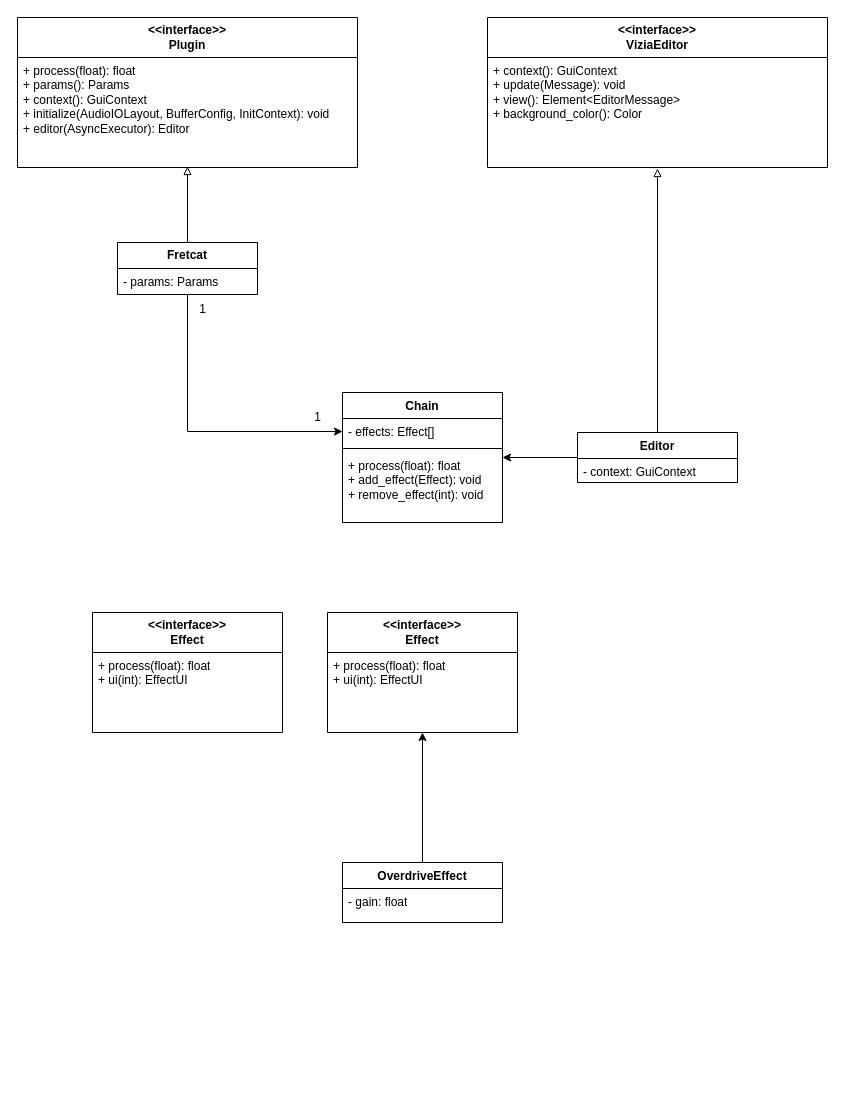
Above: diagrams/Structure/Diagrama de classe.drawio in GatoImorrivel/fretcat (draw.io), before the change. Source tidied: cells renumbered, new cells numbered last; positions are measured from the earlier drawing's top-left corner, leaving out a move shared by most shapes. Both pictures are drawn from the tidied source at 100%, with x=0, y=0 at pixel (17, 17).
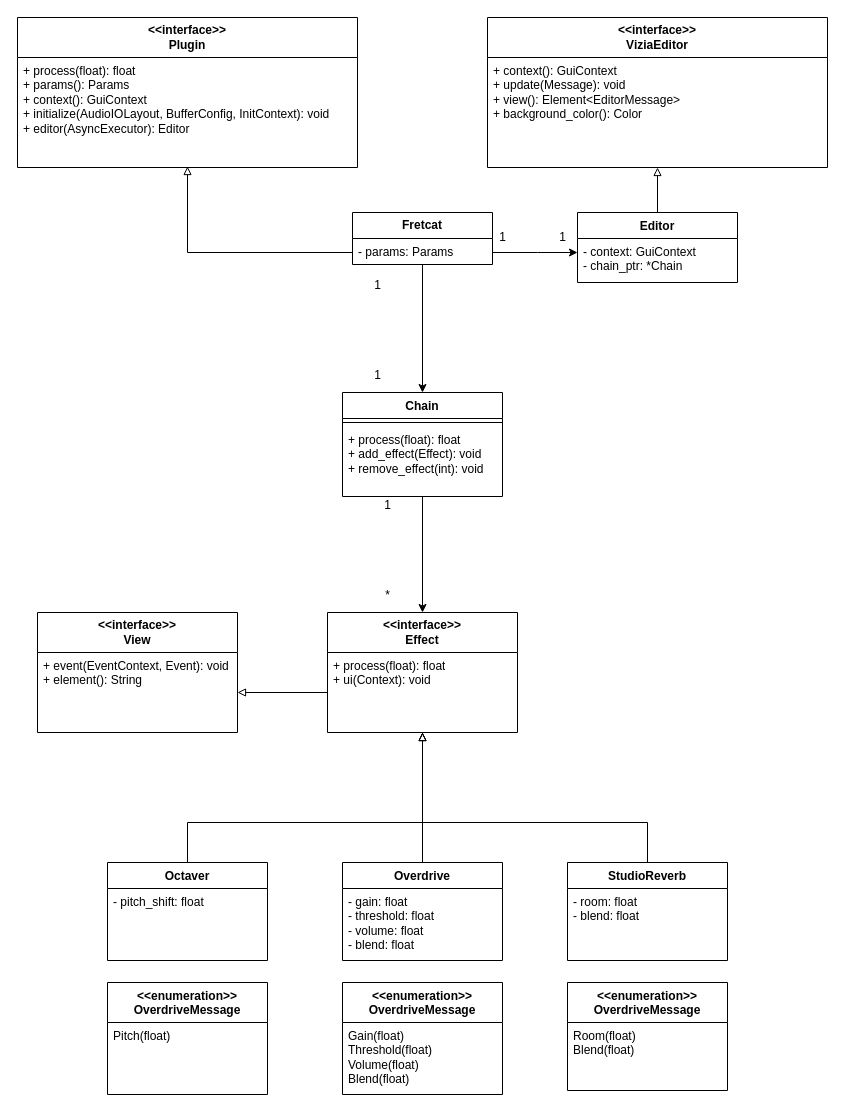
After the change.

Commit message (it also covers changes not shown here):
class diagram

The change refers to these unchanged cells:
```xml
<mxCell id="2" value="&lt;div&gt;&lt;b&gt;&amp;lt;&amp;lt;interface&amp;gt;&amp;gt;&lt;/b&gt;&lt;/div&gt;&lt;div&gt;&lt;b&gt;Effect&lt;br&gt;&lt;/b&gt;&lt;/div&gt;" style="swimlane;fontStyle=0;horizontal=1;startSize=40;fillColor=none;whiteSpace=wrap;html=1;" parent="1" vertex="1">
  <mxGeometry x="310" y="595" width="190" height="120" as="geometry" />
</mxCell>
<mxCell id="5" value="&lt;div&gt;+ process(float): float&lt;/div&gt;&lt;div&gt;+ params(): Params&lt;br&gt;&lt;/div&gt;&lt;div&gt;+ context(): GuiContext&lt;/div&gt;&lt;div&gt;+ initialize(AudioIOLayout, BufferConfig, InitContext): void&lt;br&gt;&lt;/div&gt;&lt;div&gt;+ editor(AsyncExecutor): Editor&lt;br&gt;&lt;/div&gt;" style="text;strokeColor=none;fillColor=none;align=left;verticalAlign=top;spacingLeft=4;spacingRight=4;overflow=hidden;points=[[0,0.5],[1,0.5]];portConstraint=eastwest;whiteSpace=wrap;html=1;" parent="4" vertex="1">
  <mxGeometry y="40" width="340" height="110" as="geometry" />
</mxCell>
<mxCell id="15" value="&lt;div&gt;&lt;b&gt;&amp;lt;&amp;lt;interface&amp;gt;&amp;gt;&lt;/b&gt;&lt;/div&gt;&lt;div&gt;&lt;b&gt;ViziaEditor&lt;br&gt;&lt;/b&gt;&lt;/div&gt;" style="swimlane;fontStyle=0;horizontal=1;startSize=40;fillColor=none;whiteSpace=wrap;html=1;" parent="1" vertex="1">
  <mxGeometry x="470" width="340" height="150" as="geometry" />
</mxCell>
<mxCell id="16" value="&lt;div&gt;+ context(): GuiContext&lt;/div&gt;&lt;div&gt;+ update(Message): void&lt;br&gt;&lt;/div&gt;&lt;div&gt;+ view(): Element&amp;lt;EditorMessage&amp;gt;&lt;br&gt;&lt;/div&gt;&lt;div&gt;+ background_color(): Color&lt;br&gt;&lt;/div&gt;" style="text;strokeColor=none;fillColor=none;align=left;verticalAlign=top;spacingLeft=4;spacingRight=4;overflow=hidden;points=[[0,0.5],[1,0.5]];portConstraint=eastwest;whiteSpace=wrap;html=1;" parent="15" vertex="1">
  <mxGeometry y="40" width="340" height="110" as="geometry" />
</mxCell>
```

Diff of the diagram source:
```diff
@@
-    <mxCell id="3" value="&lt;div&gt;+ process(float): float&lt;/div&gt;&lt;div&gt;+ ui(int): EffectUI&lt;br&gt;&lt;/div&gt;" style="text;strokeColor=none;fillColor=none;align=left;verticalAlign=top;spacingLeft=4;spacingRight=4;overflow=hidden;points=[[0,0.5],[1,0.5]];portConstraint=eastwest;whiteSpace=wrap;html=1;" parent="2" vertex="1">
+    <mxCell id="3" value="&lt;div&gt;+ process(float): float&lt;/div&gt;&lt;div&gt;+ ui(Context): void&lt;br&gt;&lt;/div&gt;" style="text;strokeColor=none;fillColor=none;align=left;verticalAlign=top;spacingLeft=4;spacingRight=4;overflow=hidden;points=[[0,0.5],[1,0.5]];portConstraint=eastwest;whiteSpace=wrap;html=1;" parent="2" vertex="1">
       <mxGeometry y="40" width="190" height="80" as="geometry" />
     </mxCell>
@@
     <mxCell id="6" style="edgeStyle=orthogonalEdgeStyle;rounded=0;jettySize=auto;html=1;entryX=0.5;entryY=0.991;entryDx=0;entryDy=0;entryPerimeter=0;endArrow=block;endFill=0;" parent="1" edge="1" source="8" target="5">
-      <mxGeometry relative="1" as="geometry" />
+      <mxGeometry relative="1" as="geometry">
+        <Array as="points">
+          <mxPoint x="170" y="235" />
+        </Array>
+      </mxGeometry>
     </mxCell>
-    <mxCell id="7" style="edgeStyle=orthogonalEdgeStyle;rounded=0;jettySize=auto;html=1;entryX=0;entryY=0.5;entryDx=0;entryDy=0;" parent="1" edge="1" source="8" target="18">
-      <mxGeometry relative="1" as="geometry" />
-    </mxCell>
+    <mxCell id="29" style="edgeStyle=orthogonalEdgeStyle;rounded=0;jettySize=auto;html=1;" parent="1" edge="1" source="8" target="12">
+      <mxGeometry relative="1" as="geometry">
+        <Array as="points">
+          <mxPoint x="520" y="235" />
+          <mxPoint x="520" y="235" />
+        </Array>
+      </mxGeometry>
+    </mxCell>
+    <mxCell id="30" style="edgeStyle=orthogonalEdgeStyle;rounded=0;jettySize=auto;html=1;" parent="1" edge="1" source="8" target="17">
+      <mxGeometry relative="1" as="geometry" />
+    </mxCell>
     <mxCell id="8" value="&lt;b&gt;Fretcat&lt;/b&gt;" style="swimlane;fontStyle=0;horizontal=1;startSize=26;fillColor=none;whiteSpace=wrap;html=1;swimlaneLine=1;rounded=0;" parent="1" vertex="1">
-      <mxGeometry x="100" y="225" width="140" height="52" as="geometry" />
+      <mxGeometry x="335" y="195" width="140" height="52" as="geometry" />
     </mxCell>
@@
-    <mxCell id="10" style="edgeStyle=orthogonalEdgeStyle;rounded=0;jettySize=auto;html=1;entryX=0.5;entryY=1.009;entryDx=0;entryDy=0;entryPerimeter=0;endArrow=block;endFill=0;" parent="1" edge="1" source="12" target="16">
-      <mxGeometry relative="1" as="geometry" />
-    </mxCell>
-    <mxCell id="11" style="edgeStyle=orthogonalEdgeStyle;rounded=0;jettySize=auto;html=1;" parent="1" edge="1" source="12" target="17">
-      <mxGeometry relative="1" as="geometry" />
-    </mxCell>
+    <mxCell id="31" style="edgeStyle=orthogonalEdgeStyle;rounded=0;jettySize=auto;html=1;endArrow=block;endFill=0;" parent="1" edge="1" source="12" target="15">
+      <mxGeometry relative="1" as="geometry" />
+    </mxCell>
     <mxCell id="12" value="Editor" style="swimlane;fontStyle=1;align=center;verticalAlign=top;horizontal=1;startSize=26;whiteSpace=wrap;html=1;" parent="1" vertex="1">
-      <mxGeometry x="560" y="415" width="160" height="50" as="geometry" />
+      <mxGeometry x="560" y="195" width="160" height="70" as="geometry" />
     </mxCell>
-    <mxCell id="13" value="&lt;div&gt;- context: GuiContext&lt;/div&gt;" style="text;strokeColor=none;fillColor=none;align=left;verticalAlign=top;spacingLeft=4;spacingRight=4;overflow=hidden;whiteSpace=wrap;html=1;" parent="12" vertex="1">
-      <mxGeometry y="26" width="160" height="24" as="geometry" />
+    <mxCell id="13" value="&lt;div&gt;- context: GuiContext&lt;/div&gt;&lt;div&gt;- chain_ptr: *Chain&lt;/div&gt;" style="text;strokeColor=none;fillColor=none;align=left;verticalAlign=top;spacingLeft=4;spacingRight=4;overflow=hidden;whiteSpace=wrap;html=1;" parent="12" vertex="1">
+      <mxGeometry y="26" width="160" height="44" as="geometry" />
     </mxCell>
     <mxCell id="14" style="line;strokeWidth=1;fillColor=none;align=left;verticalAlign=middle;spacingTop=-1;spacingLeft=3;spacingRight=3;labelPosition=right;strokeColor=none;" parent="12" vertex="1">
-      <mxGeometry y="50" width="160" as="geometry" />
+      <mxGeometry y="70" width="160" as="geometry" />
     </mxCell>
@@
+    <mxCell id="32" style="edgeStyle=orthogonalEdgeStyle;rounded=0;jettySize=auto;html=1;" parent="1" edge="1" source="17" target="2">
+      <mxGeometry relative="1" as="geometry" />
+    </mxCell>
     <mxCell id="17" value="Chain" style="swimlane;fontStyle=1;align=center;verticalAlign=top;horizontal=1;startSize=26;whiteSpace=wrap;html=1;" parent="1" vertex="1">
-      <mxGeometry x="325" y="375" width="160" height="130" as="geometry" />
+      <mxGeometry x="325" y="375" width="160" height="104" as="geometry" />
     </mxCell>
-    <mxCell id="18" value="- effects: Effect[]" style="text;strokeColor=none;fillColor=none;align=left;verticalAlign=top;spacingLeft=4;spacingRight=4;overflow=hidden;points=[[0,0.5],[1,0.5]];portConstraint=eastwest;whiteSpace=wrap;html=1;" parent="17" vertex="1">
-      <mxGeometry y="26" width="160" height="26" as="geometry" />
-    </mxCell>
     <mxCell id="19" style="line;strokeWidth=1;fillColor=none;align=left;verticalAlign=middle;spacingTop=-1;spacingLeft=3;spacingRight=3;labelPosition=right;strokeColor=inherit;" parent="17" vertex="1">
-      <mxGeometry y="52" width="160" height="8" as="geometry" />
+      <mxGeometry y="26" width="160" height="8" as="geometry" />
     </mxCell>
     <mxCell id="20" value="&lt;div&gt;+ process(float): float&lt;/div&gt;&lt;div&gt;+ add_effect(Effect): void&lt;/div&gt;&lt;div&gt;+ remove_effect(int): void&lt;/div&gt;" style="text;strokeColor=none;fillColor=none;align=left;verticalAlign=top;spacingLeft=4;spacingRight=4;overflow=hidden;whiteSpace=wrap;html=1;" parent="17" vertex="1">
-      <mxGeometry y="60" width="160" height="70" as="geometry" />
+      <mxGeometry y="34" width="160" height="70" as="geometry" />
     </mxCell>
-    <mxCell id="21" style="edgeStyle=orthogonalEdgeStyle;rounded=0;jettySize=auto;html=1;" parent="1" edge="1" source="22" target="2">
+    <mxCell id="21" style="edgeStyle=orthogonalEdgeStyle;rounded=0;jettySize=auto;html=1;endArrow=block;endFill=0;" parent="1" edge="1" source="22" target="2">
       <mxGeometry relative="1" as="geometry" />
     </mxCell>
-    <mxCell id="22" value="OverdriveEffect" style="swimlane;fontStyle=1;align=center;verticalAlign=top;horizontal=1;startSize=26;whiteSpace=wrap;html=1;" parent="1" vertex="1">
-      <mxGeometry x="325" y="845" width="160" height="60" as="geometry" />
+    <mxCell id="22" value="Overdrive" style="swimlane;fontStyle=1;align=center;verticalAlign=top;horizontal=1;startSize=26;whiteSpace=wrap;html=1;" parent="1" vertex="1">
+      <mxGeometry x="325" y="845" width="160" height="98" as="geometry" />
     </mxCell>
-    <mxCell id="23" value="- gain: float" style="text;strokeColor=none;fillColor=none;align=left;verticalAlign=top;spacingLeft=4;spacingRight=4;overflow=hidden;whiteSpace=wrap;html=1;" parent="22" vertex="1">
-      <mxGeometry y="26" width="160" height="26" as="geometry" />
+    <mxCell id="23" value="- gain: float&lt;br&gt;- threshold: float&lt;br&gt;- volume: float&lt;br&gt;- blend: float" style="text;strokeColor=none;fillColor=none;align=left;verticalAlign=top;spacingLeft=4;spacingRight=4;overflow=hidden;whiteSpace=wrap;html=1;" parent="22" vertex="1">
+      <mxGeometry y="26" width="160" height="64" as="geometry" />
     </mxCell>
     <mxCell id="24" style="line;strokeWidth=1;fillColor=none;align=left;verticalAlign=middle;spacingTop=-1;spacingLeft=3;spacingRight=3;labelPosition=right;strokeColor=none;" parent="22" vertex="1">
-      <mxGeometry y="52" width="160" height="8" as="geometry" />
+      <mxGeometry y="90" width="160" height="8" as="geometry" />
     </mxCell>
-    <mxCell id="25" value="&lt;div&gt;1&lt;/div&gt;" style="text;html=1;align=center;verticalAlign=middle;strokeColor=none;fillColor=none;" parent="1" vertex="1">
-      <mxGeometry x="170" y="277" width="30" height="30" as="geometry" />
-    </mxCell>
-    <mxCell id="26" value="1" style="text;html=1;align=center;verticalAlign=middle;strokeColor=none;fillColor=none;" parent="1" vertex="1">
-      <mxGeometry x="285" y="385" width="30" height="30" as="geometry" />
-    </mxCell>
-    <mxCell id="27" value="&lt;div&gt;&lt;b&gt;&amp;lt;&amp;lt;interface&amp;gt;&amp;gt;&lt;/b&gt;&lt;/div&gt;&lt;div&gt;&lt;b&gt;Effect&lt;br&gt;&lt;/b&gt;&lt;/div&gt;" style="swimlane;fontStyle=0;horizontal=1;startSize=40;fillColor=none;whiteSpace=wrap;html=1;" parent="1" vertex="1">
-      <mxGeometry x="75" y="595" width="190" height="120" as="geometry" />
+    <mxCell id="27" value="&lt;div&gt;&lt;b&gt;&amp;lt;&amp;lt;interface&amp;gt;&amp;gt;&lt;/b&gt;&lt;/div&gt;&lt;div&gt;&lt;b&gt;View&lt;br&gt;&lt;/b&gt;&lt;/div&gt;" style="swimlane;fontStyle=0;horizontal=1;startSize=40;fillColor=none;whiteSpace=wrap;html=1;" parent="1" vertex="1">
+      <mxGeometry x="20" y="595" width="200" height="120" as="geometry" />
     </mxCell>
-    <mxCell id="28" value="&lt;div&gt;+ process(float): float&lt;/div&gt;&lt;div&gt;+ ui(int): EffectUI&lt;br&gt;&lt;/div&gt;" style="text;strokeColor=none;fillColor=none;align=left;verticalAlign=top;spacingLeft=4;spacingRight=4;overflow=hidden;points=[[0,0.5],[1,0.5]];portConstraint=eastwest;whiteSpace=wrap;html=1;" parent="27" vertex="1">
-      <mxGeometry y="40" width="190" height="80" as="geometry" />
+    <mxCell id="28" value="&lt;div&gt;+ event(EventContext, Event): void&lt;/div&gt;&lt;div&gt;+ element(): String&lt;/div&gt;" style="text;strokeColor=none;fillColor=none;align=left;verticalAlign=top;spacingLeft=4;spacingRight=4;overflow=hidden;points=[[0,0.5],[1,0.5]];portConstraint=eastwest;whiteSpace=wrap;html=1;" parent="27" vertex="1">
+      <mxGeometry y="40" width="200" height="80" as="geometry" />
     </mxCell>
+    <mxCell id="33" value="*" style="text;html=1;align=center;verticalAlign=middle;strokeColor=none;fillColor=none;" parent="1" vertex="1">
+      <mxGeometry x="355" y="563" width="30" height="30" as="geometry" />
+    </mxCell>
+    <mxCell id="34" value="1" style="text;html=1;align=center;verticalAlign=middle;strokeColor=none;fillColor=none;" parent="1" vertex="1">
+      <mxGeometry x="355" y="473" width="30" height="30" as="geometry" />
+    </mxCell>
+    <mxCell id="35" style="edgeStyle=orthogonalEdgeStyle;rounded=0;jettySize=auto;html=1;endArrow=block;endFill=0;" parent="1" edge="1" source="3" target="28">
+      <mxGeometry relative="1" as="geometry" />
+    </mxCell>
+    <mxCell id="36" value="1" style="text;html=1;align=center;verticalAlign=middle;strokeColor=none;fillColor=none;" parent="1" vertex="1">
+      <mxGeometry x="345" y="253" width="30" height="30" as="geometry" />
+    </mxCell>
+    <mxCell id="37" value="1" style="text;html=1;align=center;verticalAlign=middle;strokeColor=none;fillColor=none;" parent="1" vertex="1">
+      <mxGeometry x="345" y="343" width="30" height="30" as="geometry" />
+    </mxCell>
+    <mxCell id="38" value="1" style="text;html=1;align=center;verticalAlign=middle;strokeColor=none;fillColor=none;" parent="1" vertex="1">
+      <mxGeometry x="470" y="205" width="30" height="30" as="geometry" />
+    </mxCell>
+    <mxCell id="39" value="1" style="text;html=1;align=center;verticalAlign=middle;strokeColor=none;fillColor=none;" parent="1" vertex="1">
+      <mxGeometry x="530" y="205" width="30" height="30" as="geometry" />
+    </mxCell>
+    <mxCell id="40" style="edgeStyle=orthogonalEdgeStyle;rounded=0;jettySize=auto;html=1;endArrow=block;endFill=0;" parent="1" edge="1" source="41" target="2">
+      <mxGeometry relative="1" as="geometry">
+        <Array as="points">
+          <mxPoint x="630" y="805" />
+          <mxPoint x="405" y="805" />
+        </Array>
+      </mxGeometry>
+    </mxCell>
+    <mxCell id="41" value="StudioReverb" style="swimlane;fontStyle=1;align=center;verticalAlign=top;horizontal=1;startSize=26;whiteSpace=wrap;html=1;" parent="1" vertex="1">
+      <mxGeometry x="550" y="845" width="160" height="98" as="geometry" />
+    </mxCell>
+    <mxCell id="42" value="- room: float&lt;br&gt;- blend: float" style="text;strokeColor=none;fillColor=none;align=left;verticalAlign=top;spacingLeft=4;spacingRight=4;overflow=hidden;whiteSpace=wrap;html=1;" parent="41" vertex="1">
+      <mxGeometry y="26" width="160" height="64" as="geometry" />
+    </mxCell>
+    <mxCell id="43" style="line;strokeWidth=1;fillColor=none;align=left;verticalAlign=middle;spacingTop=-1;spacingLeft=3;spacingRight=3;labelPosition=right;strokeColor=none;" parent="41" vertex="1">
+      <mxGeometry y="90" width="160" height="8" as="geometry" />
+    </mxCell>
+    <mxCell id="44" style="edgeStyle=orthogonalEdgeStyle;rounded=0;jettySize=auto;html=1;endArrow=block;endFill=0;" parent="1" edge="1" source="45" target="2">
+      <mxGeometry relative="1" as="geometry">
+        <Array as="points">
+          <mxPoint x="170" y="805" />
+          <mxPoint x="405" y="805" />
+        </Array>
+      </mxGeometry>
+    </mxCell>
+    <mxCell id="45" value="Octaver" style="swimlane;fontStyle=1;align=center;verticalAlign=top;horizontal=1;startSize=26;whiteSpace=wrap;html=1;" parent="1" vertex="1">
+      <mxGeometry x="90" y="845" width="160" height="98" as="geometry" />
+    </mxCell>
+    <mxCell id="46" value="- pitch_shift: float" style="text;strokeColor=none;fillColor=none;align=left;verticalAlign=top;spacingLeft=4;spacingRight=4;overflow=hidden;whiteSpace=wrap;html=1;" parent="45" vertex="1">
+      <mxGeometry y="26" width="160" height="64" as="geometry" />
+    </mxCell>
+    <mxCell id="47" style="line;strokeWidth=1;fillColor=none;align=left;verticalAlign=middle;spacingTop=-1;spacingLeft=3;spacingRight=3;labelPosition=right;strokeColor=none;" parent="45" vertex="1">
+      <mxGeometry y="90" width="160" height="8" as="geometry" />
+    </mxCell>
+    <mxCell id="48" value="&amp;lt;&amp;lt;enumeration&amp;gt;&amp;gt;&lt;br&gt;OverdriveMessage&lt;br&gt;" style="swimlane;fontStyle=1;align=center;verticalAlign=top;horizontal=1;startSize=40;whiteSpace=wrap;html=1;" parent="1" vertex="1">
+      <mxGeometry x="325" y="965" width="160" height="112" as="geometry" />
+    </mxCell>
+    <mxCell id="49" value="Gain(float)&lt;br&gt;Threshold(float)&lt;br&gt;Volume(float)&lt;br&gt;Blend(float)" style="text;strokeColor=none;fillColor=none;align=left;verticalAlign=top;spacingLeft=4;spacingRight=4;overflow=hidden;whiteSpace=wrap;html=1;" parent="48" vertex="1">
+      <mxGeometry y="40" width="160" height="64" as="geometry" />
+    </mxCell>
+    <mxCell id="50" style="line;strokeWidth=1;fillColor=none;align=left;verticalAlign=middle;spacingTop=-1;spacingLeft=3;spacingRight=3;labelPosition=right;strokeColor=none;" parent="48" vertex="1">
+      <mxGeometry y="104" width="160" height="8" as="geometry" />
+    </mxCell>
+    <mxCell id="51" value="&amp;lt;&amp;lt;enumeration&amp;gt;&amp;gt;&lt;br&gt;OverdriveMessage&lt;br&gt;" style="swimlane;fontStyle=1;align=center;verticalAlign=top;horizontal=1;startSize=40;whiteSpace=wrap;html=1;" parent="1" vertex="1">
+      <mxGeometry x="550" y="965" width="160" height="108" as="geometry" />
+    </mxCell>
+    <mxCell id="52" value="Room(float)&lt;br&gt;Blend(float)" style="text;strokeColor=none;fillColor=none;align=left;verticalAlign=top;spacingLeft=4;spacingRight=4;overflow=hidden;whiteSpace=wrap;html=1;" parent="51" vertex="1">
+      <mxGeometry y="40" width="160" height="60" as="geometry" />
+    </mxCell>
+    <mxCell id="53" style="line;strokeWidth=1;fillColor=none;align=left;verticalAlign=middle;spacingTop=-1;spacingLeft=3;spacingRight=3;labelPosition=right;strokeColor=none;" parent="51" vertex="1">
+      <mxGeometry y="100" width="160" height="8" as="geometry" />
+    </mxCell>
+    <mxCell id="54" value="&amp;lt;&amp;lt;enumeration&amp;gt;&amp;gt;&lt;br&gt;OverdriveMessage&lt;br&gt;" style="swimlane;fontStyle=1;align=center;verticalAlign=top;horizontal=1;startSize=40;whiteSpace=wrap;html=1;" parent="1" vertex="1">
+      <mxGeometry x="90" y="965" width="160" height="112" as="geometry" />
+    </mxCell>
+    <mxCell id="55" value="Pitch(float)" style="text;strokeColor=none;fillColor=none;align=left;verticalAlign=top;spacingLeft=4;spacingRight=4;overflow=hidden;whiteSpace=wrap;html=1;" parent="54" vertex="1">
+      <mxGeometry y="40" width="160" height="64" as="geometry" />
+    </mxCell>
+    <mxCell id="56" style="line;strokeWidth=1;fillColor=none;align=left;verticalAlign=middle;spacingTop=-1;spacingLeft=3;spacingRight=3;labelPosition=right;strokeColor=none;" parent="54" vertex="1">
+      <mxGeometry y="104" width="160" height="8" as="geometry" />
+    </mxCell>
```
